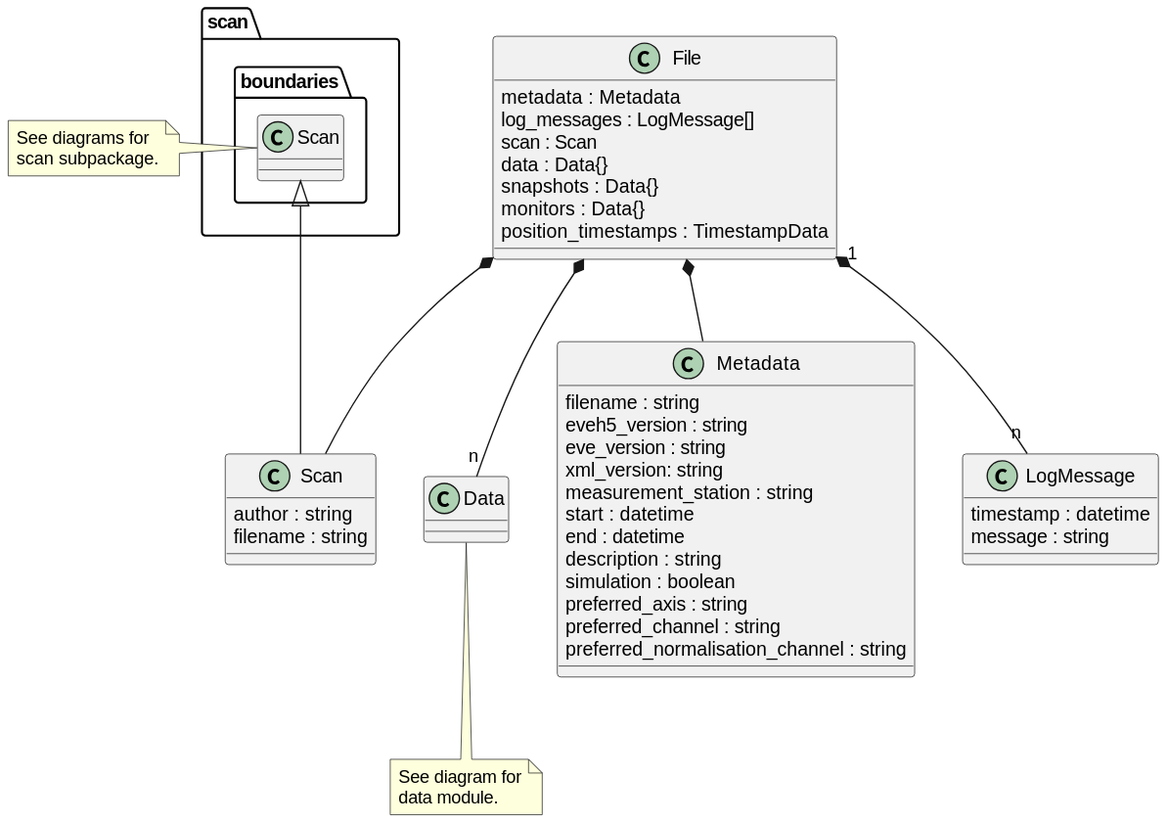
tillbiskup/evedata keeps this PlantUML diagram as docs/uml/evedata.evefile.entities.file.svg. Above is the earlier version.
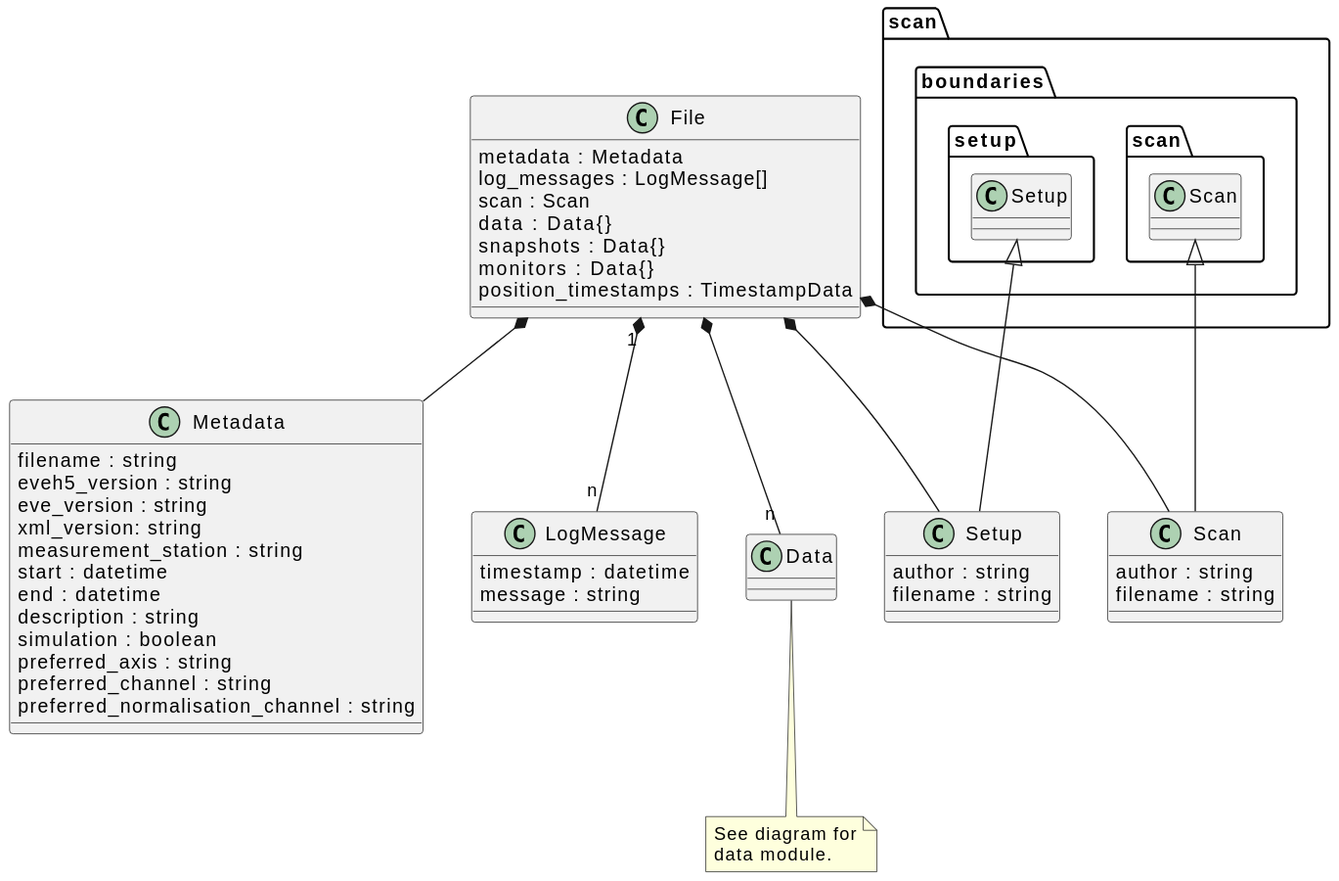
The same diagram one commit later.

The edit, as a diff of the source:
```diff
@@ -32,13 +32,18 @@
     message : string
 }
 
-class Scan extends scan.boundaries.Scan {
+class Scan extends scan.boundaries.scan.Scan {
     author : string
     filename : string
 }
-note left: See diagrams for\nscan subpackage.
+
+class Setup extends scan.boundaries.setup.Setup {
+    author : string
+    filename : string
+}
 
 File *-- Metadata
 File "1" *-- "n" LogMessage
 File *-- Scan
+File *-- Setup
 @enduml
```
